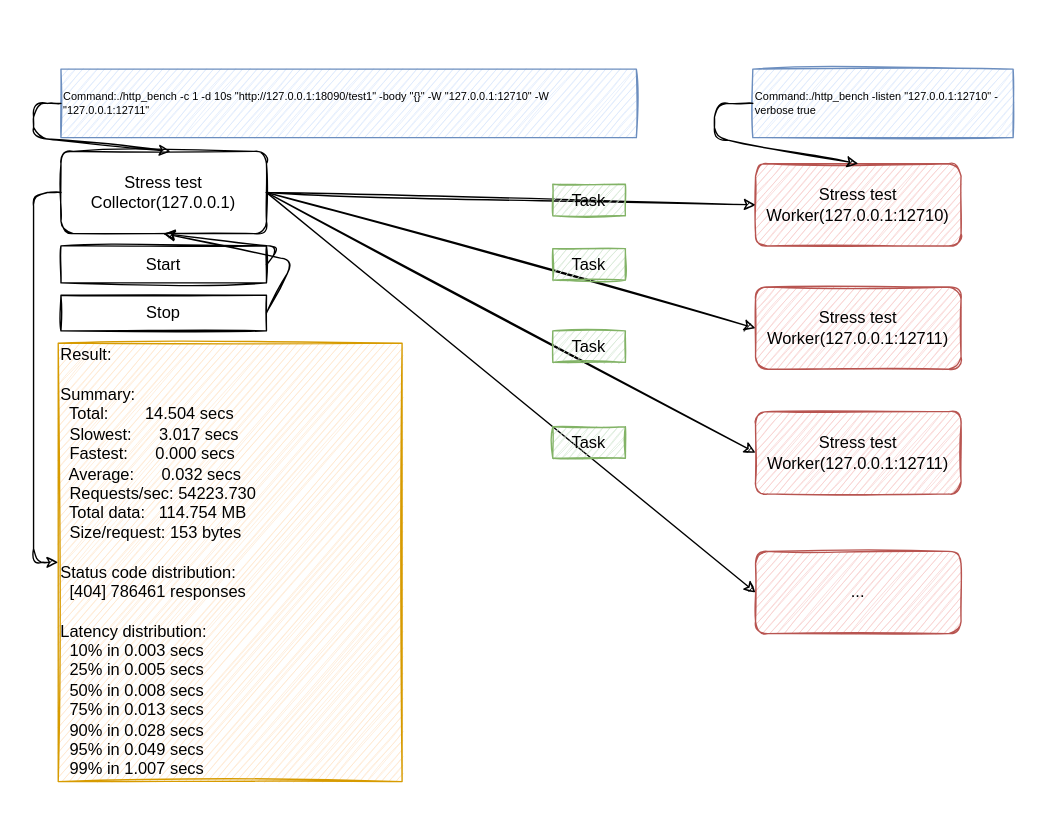
linkxzhou/http_bench keeps this draw.io diagram as arch.drawio. Above is the earlier version. Source tidied: cells renumbered, new cells numbered last; positions are measured from the earlier drawing's top-left corner, leaving out a move shared by most shapes. Both pictures are drawn from the tidied source at 137%, with x=0, y=0 at pixel (33, 68).
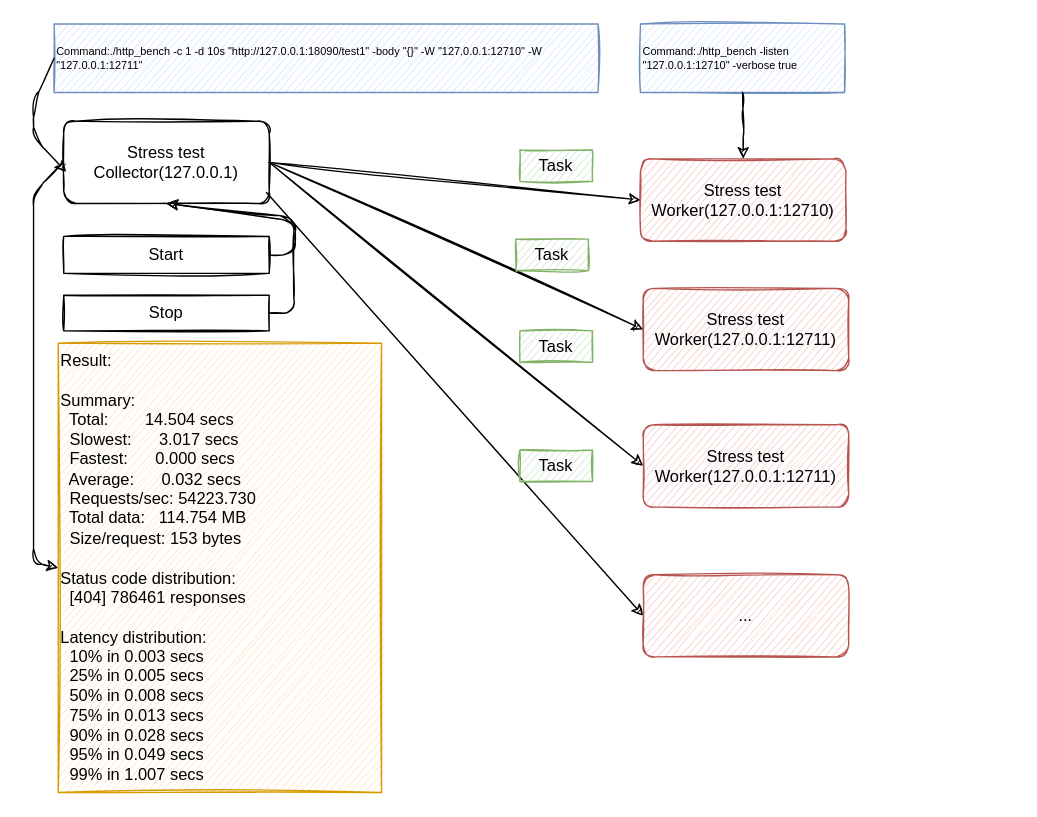
Above is the later version.

Diff of the diagram source:
```diff
@@
     <mxCell id="2" value="Stress test Collector(127.0.0.1)" style="rounded=1;whiteSpace=wrap;html=1;sketch=1;" parent="1" vertex="1">
-      <mxGeometry x="20" y="60" width="150" height="60" as="geometry" />
+      <mxGeometry x="22" y="38" width="150" height="60" as="geometry" />
     </mxCell>
     <mxCell id="3" value="Stress test Worker(127.0.0.1:12710)" style="rounded=1;whiteSpace=wrap;html=1;sketch=1;fillColor=#f8cecc;strokeColor=#b85450;" parent="1" vertex="1">
-      <mxGeometry x="527" y="69" width="150" height="60" as="geometry" />
+      <mxGeometry x="443" y="65.5" width="150" height="60" as="geometry" />
     </mxCell>
     <mxCell id="4" value="Stress test Worker(127.0.0.1:12711)" style="rounded=1;whiteSpace=wrap;html=1;sketch=1;fillColor=#f8cecc;strokeColor=#b85450;" parent="1" vertex="1">
-      <mxGeometry x="527" y="159" width="150" height="60" as="geometry" />
+      <mxGeometry x="445" y="160" width="150" height="60" as="geometry" />
     </mxCell>
     <mxCell id="5" value="Stress test Worker(127.0.0.1:12711)" style="rounded=1;whiteSpace=wrap;html=1;shadow=0;sketch=1;fillColor=#f8cecc;strokeColor=#b85450;" parent="1" vertex="1">
-      <mxGeometry x="527" y="250" width="150" height="60" as="geometry" />
+      <mxGeometry x="445" y="259.5" width="150" height="60" as="geometry" />
     </mxCell>
@@
     <mxCell id="9" value="Start" style="rounded=0;whiteSpace=wrap;html=1;sketch=1;" parent="1" vertex="1">
-      <mxGeometry x="20" y="129" width="150" height="27" as="geometry" />
+      <mxGeometry x="22" y="122" width="150" height="27" as="geometry" />
     </mxCell>
     <mxCell id="10" value="Stop" style="rounded=0;whiteSpace=wrap;html=1;sketch=1;" parent="1" vertex="1">
-      <mxGeometry x="20" y="165" width="150" height="26" as="geometry" />
+      <mxGeometry x="22" y="165" width="150" height="26" as="geometry" />
     </mxCell>
     <mxCell id="11" style="endArrow=classic;html=1;rounded=1;sketch=1;curved=0;exitX=1;exitY=0.5;exitDx=0;exitDy=0;entryX=0.5;entryY=1;entryDx=0;entryDy=0;" parent="1" edge="1" source="9" target="2">
       <mxGeometry relative="1" as="geometry">
         <Array as="points">
-          <mxPoint x="180" y="130" />
+          <mxPoint x="191" y="136" />
+          <mxPoint x="191" y="111" />
         </Array>
       </mxGeometry>
     </mxCell>
     <mxCell id="12" style="endArrow=classic;html=1;rounded=1;sketch=1;curved=0;exitX=1;exitY=0.5;exitDx=0;exitDy=0;entryX=0.5;entryY=1;entryDx=0;entryDy=0;" parent="1" edge="1" source="10" target="2">
       <mxGeometry relative="1" as="geometry">
         <Array as="points">
-          <mxPoint x="190" y="140" />
+          <mxPoint x="190" y="178" />
+          <mxPoint x="190" y="108" />
         </Array>
       </mxGeometry>
     </mxCell>
     <mxCell id="13" value="&lt;span&gt;Result:&lt;br&gt;&lt;br&gt;Summary:&lt;/span&gt;&lt;div&gt;&amp;nbsp; Total:&amp;nbsp; &amp;nbsp; &amp;nbsp; &amp;nbsp; 14.504 secs&lt;/div&gt;&lt;div&gt;&amp;nbsp; Slowest:&amp;nbsp; &amp;nbsp; &amp;nbsp; 3.017 secs&lt;/div&gt;&lt;div&gt;&amp;nbsp; Fastest:&amp;nbsp; &amp;nbsp; &amp;nbsp; 0.000 secs&lt;/div&gt;&lt;div&gt;&amp;nbsp; Average:&amp;nbsp; &amp;nbsp; &amp;nbsp; 0.032 secs&lt;/div&gt;&lt;div&gt;&amp;nbsp; Requests/sec: 54223.730&lt;/div&gt;&lt;div&gt;&amp;nbsp; Total data:&amp;nbsp; &amp;nbsp;114.754 MB&lt;/div&gt;&lt;div&gt;&amp;nbsp; Size/request: 153 bytes&lt;/div&gt;&lt;div&gt;&lt;br&gt;&lt;/div&gt;&lt;div&gt;Status code distribution:&lt;/div&gt;&lt;div&gt;&amp;nbsp; [404] 786461 responses&lt;/div&gt;&lt;div&gt;&lt;br&gt;&lt;/div&gt;&lt;div&gt;Latency distribution:&lt;/div&gt;&lt;div&gt;&amp;nbsp; 10% in 0.003 secs&lt;/div&gt;&lt;div&gt;&amp;nbsp; 25% in 0.005 secs&lt;/div&gt;&lt;div&gt;&amp;nbsp; 50% in 0.008 secs&lt;/div&gt;&lt;div&gt;&amp;nbsp; 75% in 0.013 secs&lt;/div&gt;&lt;div&gt;&amp;nbsp; 90% in 0.028 secs&lt;/div&gt;&lt;div&gt;&amp;nbsp; 95% in 0.049 secs&lt;/div&gt;&lt;div&gt;&amp;nbsp; 99% in 1.007 secs&lt;/div&gt;" style="rounded=0;whiteSpace=wrap;html=1;sketch=1;align=left;fillColor=#ffe6cc;strokeColor=#d79b00;" parent="1" vertex="1">
-      <mxGeometry x="18" y="200" width="251" height="320" as="geometry" />
+      <mxGeometry x="18" y="200" width="236" height="328" as="geometry" />
     </mxCell>
@@
     <mxCell id="15" value="..." style="rounded=1;whiteSpace=wrap;html=1;shadow=0;sketch=1;fillColor=#f8cecc;strokeColor=#b85450;" parent="1" vertex="1">
-      <mxGeometry x="527" y="352" width="150" height="60" as="geometry" />
+      <mxGeometry x="445" y="369" width="150" height="60" as="geometry" />
     </mxCell>
@@
     <mxCell id="17" value="Command:./http_bench -c 1 -d 10s &quot;http://127.0.0.1:18090/test1&quot; -body &quot;{}&quot; -W &quot;127.0.0.1:12710&quot; -W &quot;127.0.0.1:12711&quot;" style="rounded=0;whiteSpace=wrap;html=1;sketch=1;fontSize=8;fillColor=#dae8fc;strokeColor=#6c8ebf;align=left;" parent="1" vertex="1">
-      <mxGeometry x="20" width="420" height="50" as="geometry" />
+      <mxGeometry x="15" y="-33" width="397" height="50" as="geometry" />
     </mxCell>
     <mxCell id="18" value="Command:./http_bench -listen &quot;127.0.0.1:12710&quot; -verbose true" style="rounded=0;whiteSpace=wrap;html=1;sketch=1;fontSize=8;fillColor=#dae8fc;strokeColor=#6c8ebf;align=left;" parent="1" vertex="1">
-      <mxGeometry x="525" width="190" height="50" as="geometry" />
+      <mxGeometry x="443" y="-33" width="149" height="50" as="geometry" />
     </mxCell>
-    <mxCell id="19" style="endArrow=classic;html=1;rounded=1;sketch=1;fontSize=8;curved=0;exitX=0;exitY=0.5;exitDx=0;exitDy=0;" parent="1" edge="1" source="17">
+    <mxCell id="19" style="endArrow=classic;html=1;rounded=1;sketch=1;fontSize=8;curved=0;exitX=0;exitY=0.5;exitDx=0;exitDy=0;entryX=0.013;entryY=0.617;entryDx=0;entryDy=0;entryPerimeter=0;" parent="1" edge="1" source="17" target="2">
       <mxGeometry relative="1" as="geometry">
-        <mxPoint x="100" y="60" as="targetPoint" />
         <Array as="points">
           <mxPoint y="25" />
           <mxPoint y="50" />
         </Array>
       </mxGeometry>
     </mxCell>
-    <mxCell id="20" style="endArrow=classic;html=1;rounded=1;sketch=1;fontSize=8;curved=0;exitX=0;exitY=0.5;exitDx=0;exitDy=0;entryX=0.5;entryY=0;entryDx=0;entryDy=0;" parent="1" edge="1" source="18" target="3">
+    <mxCell id="20" style="endArrow=classic;html=1;rounded=1;sketch=1;fontSize=8;curved=0;exitX=0.5;exitY=1;exitDx=0;exitDy=0;entryX=0.5;entryY=0;entryDx=0;entryDy=0;" parent="1" edge="1" source="18" target="3">
       <mxGeometry relative="1" as="geometry">
         <Array as="points">
-          <mxPoint x="497" y="25" />
-          <mxPoint x="497" y="50" />
+          <mxPoint x="518" y="39" />
         </Array>
       </mxGeometry>
     </mxCell>
     <mxCell id="21" value="Task" style="rounded=0;whiteSpace=wrap;html=1;fillColor=#d5e8d4;strokeColor=#82b366;sketch=1;" parent="1" vertex="1">
-      <mxGeometry x="379" y="84" width="53" height="23" as="geometry" />
+      <mxGeometry x="355" y="59" width="53" height="23" as="geometry" />
     </mxCell>
     <mxCell id="22" value="Task" style="rounded=0;whiteSpace=wrap;html=1;fillColor=#d5e8d4;strokeColor=#82b366;sketch=1;" parent="1" vertex="1">
-      <mxGeometry x="379" y="131" width="53" height="23" as="geometry" />
+      <mxGeometry x="352" y="124" width="53" height="23" as="geometry" />
     </mxCell>
     <mxCell id="23" value="Task" style="rounded=0;whiteSpace=wrap;html=1;fillColor=#d5e8d4;strokeColor=#82b366;sketch=1;" parent="1" vertex="1">
-      <mxGeometry x="379" y="191" width="53" height="23" as="geometry" />
+      <mxGeometry x="355" y="191" width="53" height="23" as="geometry" />
     </mxCell>
     <mxCell id="24" value="Task" style="rounded=0;whiteSpace=wrap;html=1;fillColor=#d5e8d4;strokeColor=#82b366;sketch=1;" parent="1" vertex="1">
-      <mxGeometry x="379" y="261" width="53" height="23" as="geometry" />
+      <mxGeometry x="355" y="278" width="53" height="23" as="geometry" />
     </mxCell>
```
